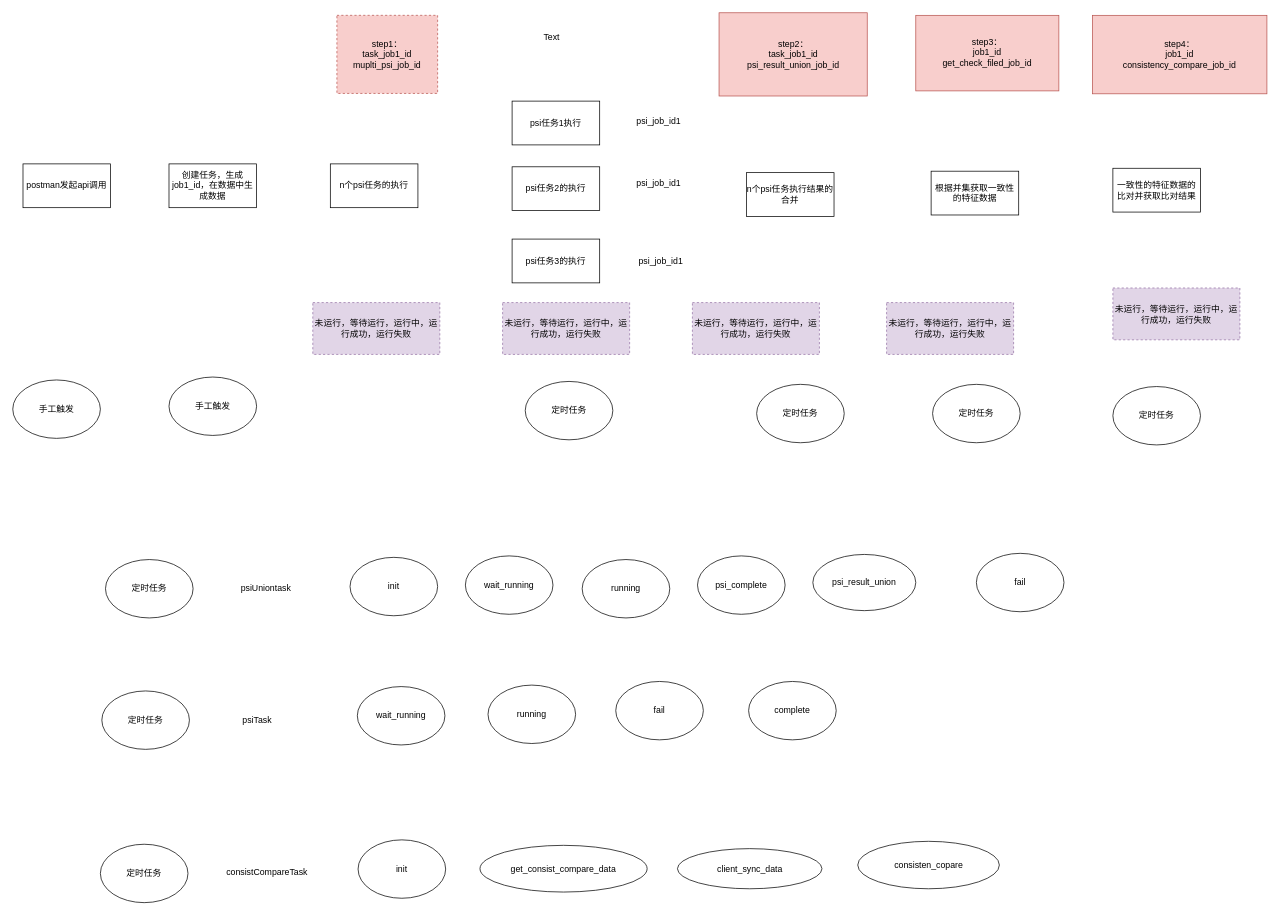
ljf0705/FlowPictureWithMorePoject keeps this draw.io diagram as PsiValidate/管信psiValidate项目.drawio. Above is the earlier version. Source tidied: cells renumbered, new cells numbered last; positions are measured from the earlier drawing's top-left corner, leaving out a move shared by most shapes. Both pictures are drawn from the tidied source at 73%, with x=0, y=0 at pixel (12, 12).
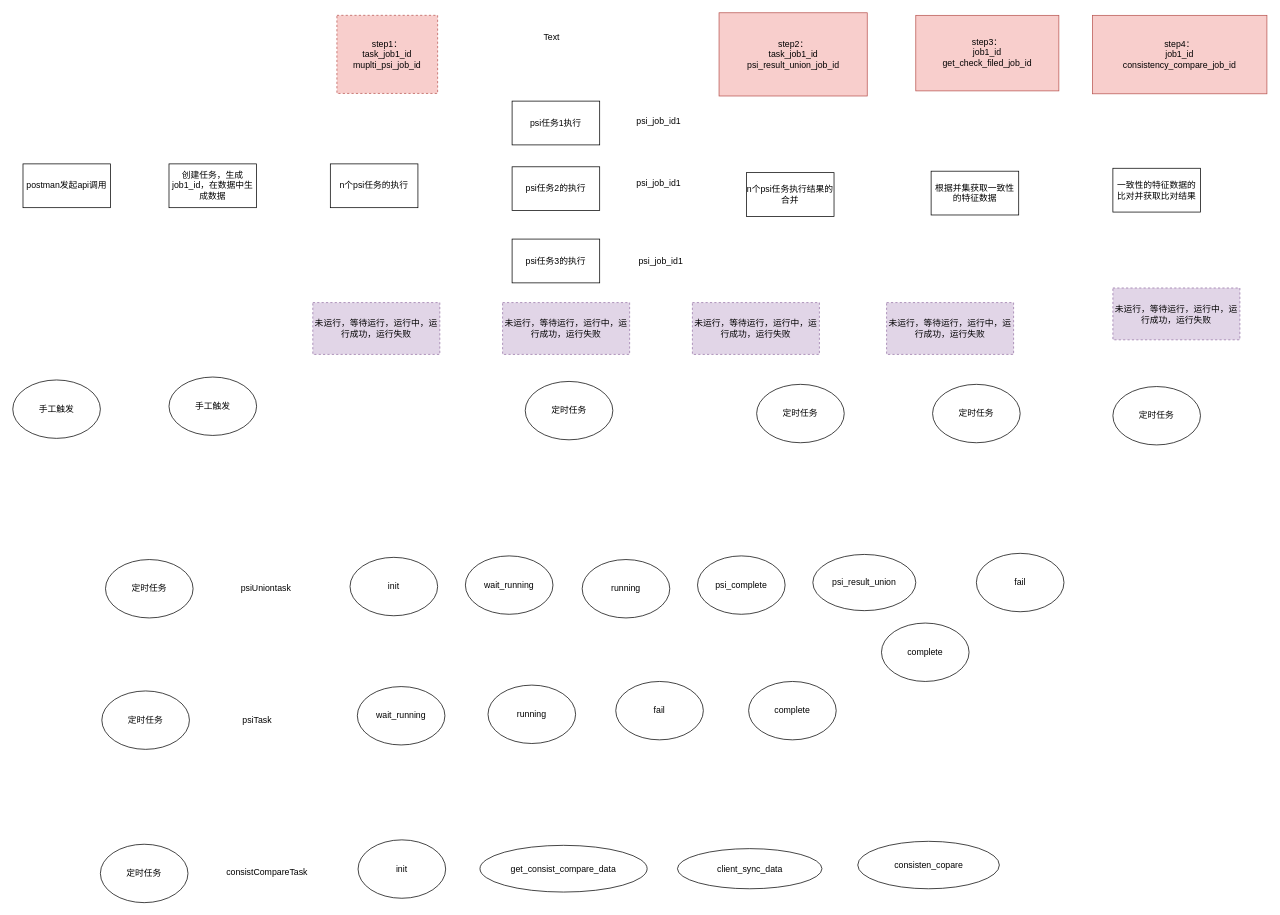
After the change.

Commit message:
更新管信psiValidate项目.drawio

What changed in the source:
```diff
@@
+    <mxCell id="56" value="&lt;span style=&quot;text-align: left&quot;&gt;complete&lt;br&gt;&lt;/span&gt;" style="ellipse;whiteSpace=wrap;html=1;rounded=0;fontFamily=Helvetica;fontSize=12;fontColor=default;strokeColor=default;fillColor=none;gradientColor=none;" parent="1" vertex="1">
+      <mxGeometry x="1190" y="836" width="120" height="80" as="geometry" />
+    </mxCell>
```
